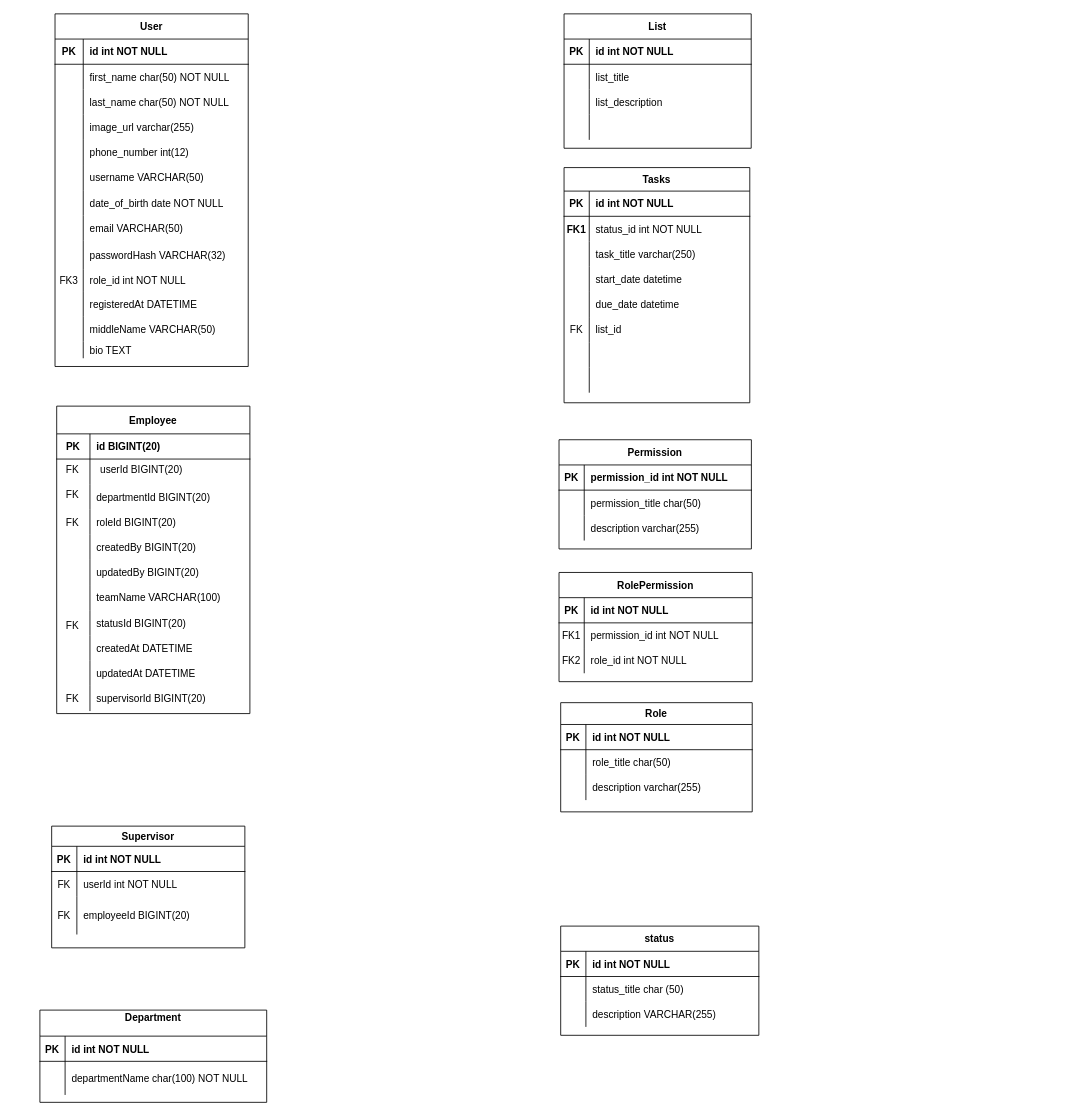
Before: Onboarding-ERD.drawio in opeyemi-jonah/Employee-onboarding-app, a draw.io diagram. Source tidied: cells renumbered, new cells numbered last; positions are measured from the earlier drawing's top-left corner, leaving out a move shared by most shapes. Both pictures are drawn from the tidied source at 84%, with x=0, y=0 at pixel (39, 13).
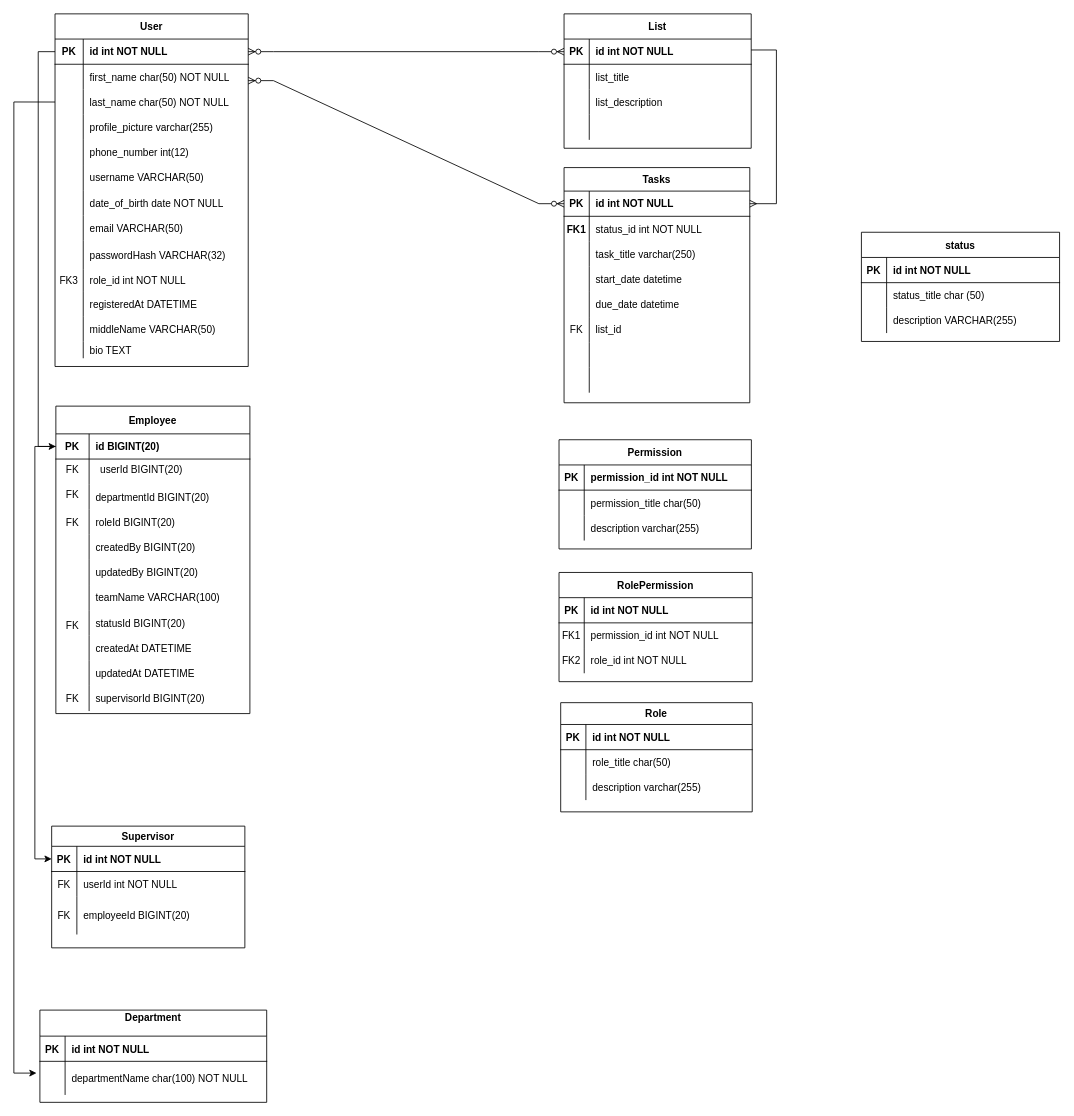
Above is the later version.

The change refers to these unchanged cells:
```xml
<mxCell id="3" style="shape=partialRectangle;fillColor=none;points=[[0,0.5],[1,0.5]];portConstraint=eastwest;top=0;left=0;right=0;bottom=1;" parent="2" vertex="1">
  <mxGeometry y="24" width="230" height="30" as="geometry" />
</mxCell>
<mxCell id="22" value="User" style="shape=table;startSize=30;childLayout=tableLayout;rowLines=0;fontStyle=1;align=center;" parent="1" vertex="1">
  <mxGeometry x="18" width="230" height="419.8" as="geometry" />
</mxCell>
<mxCell id="23" style="shape=partialRectangle;fillColor=none;points=[[0,0.5],[1,0.5]];portConstraint=eastwest;top=0;left=0;right=0;bottom=1;" parent="22" vertex="1">
  <mxGeometry y="30" width="230" height="30" as="geometry" />
</mxCell>
<mxCell id="32" style="shape=partialRectangle;fillColor=none;top=0;left=0;right=0;bottom=0;" parent="22" vertex="1">
  <mxGeometry y="120" width="230" height="30" as="geometry" />
</mxCell>
<mxCell id="63" style="shape=partialRectangle;fillColor=none;points=[[0,0.5],[1,0.5]];portConstraint=eastwest;top=0;left=0;right=0;bottom=1;" parent="62" vertex="1">
  <mxGeometry y="28" width="221.1" height="30" as="geometry" />
</mxCell>
<mxCell id="91" style="shape=partialRectangle;fillColor=none;points=[[0,0.5],[1,0.5]];portConstraint=eastwest;top=0;left=0;right=0;bottom=0;" parent="87" vertex="1">
  <mxGeometry y="61" width="270" height="40" as="geometry" />
</mxCell>
<mxCell id="125" style="shape=partialRectangle;fillColor=none;points=[[0,0.5],[1,0.5]];portConstraint=eastwest;top=0;left=0;right=0;bottom=1;" parent="124" vertex="1">
  <mxGeometry y="30" width="222.8" height="30" as="geometry" />
</mxCell>
```

The edit, as a diff of the source:
```diff
@@
     <mxCell id="12" value="status" style="shape=table;startSize=30;childLayout=tableLayout;rowLines=0;fontStyle=1;align=center;" parent="1" vertex="1">
-      <mxGeometry x="620" y="1086" width="235.9" height="130" as="geometry" />
+      <mxGeometry x="978" y="260" width="235.9" height="130" as="geometry" />
     </mxCell>
@@
+    <mxCell id="179" style="edgeStyle=orthogonalEdgeStyle;rounded=0;jettySize=auto;html=1;exitX=0;exitY=0.25;exitDx=0;exitDy=0;entryX=-0.015;entryY=0.35;entryDx=0;entryDy=0;entryPerimeter=0;" parent="1" edge="1" source="22" target="91">
+      <mxGeometry relative="1" as="geometry">
+        <Array as="points">
+          <mxPoint x="-31" y="105" />
+          <mxPoint x="-31" y="1261" />
+        </Array>
+      </mxGeometry>
+    </mxCell>
@@
-    <mxCell id="34" value="image_url varchar(255)" style="shape=partialRectangle;overflow=hidden;fillColor=none;top=0;left=0;bottom=0;right=0;align=left;spacingLeft=6;" parent="32" vertex="1">
+    <mxCell id="34" value="profile_picture varchar(255)" style="shape=partialRectangle;overflow=hidden;fillColor=none;top=0;left=0;bottom=0;right=0;align=left;spacingLeft=6;" parent="32" vertex="1">
       <mxGeometry x="33.6" width="196.4" height="30" as="geometry" />
     </mxCell>
@@
     <mxCell id="137" value="Employee" style="shape=table;startSize=33;childLayout=tableLayout;rowLines=0;fontStyle=1;align=center;" parent="1" vertex="1">
-      <mxGeometry x="20" y="467" width="230" height="366" as="geometry" />
+      <mxGeometry x="19" y="467" width="231" height="366" as="geometry" />
     </mxCell>
     <mxCell id="138" style="shape=partialRectangle;fillColor=none;points=[[0,0.5],[1,0.5]];portConstraint=eastwest;top=0;left=0;right=0;bottom=1;" parent="137" vertex="1">
-      <mxGeometry y="33" width="230" height="30" as="geometry" />
+      <mxGeometry y="33" width="231" height="30" as="geometry" />
     </mxCell>
@@
     <mxCell id="140" value="id BIGINT(20)" style="shape=partialRectangle;overflow=hidden;fillColor=none;top=0;left=0;bottom=0;right=0;align=left;spacingLeft=6;fontStyle=1;" parent="138" vertex="1">
-      <mxGeometry x="39.6" width="190.4" height="30" as="geometry" />
+      <mxGeometry x="39.6" width="191.4" height="30" as="geometry" />
     </mxCell>
     <mxCell id="141" style="shape=partialRectangle;fillColor=none;top=0;left=0;right=0;bottom=0;" parent="137" vertex="1">
-      <mxGeometry y="63" width="230" height="30" as="geometry" />
+      <mxGeometry y="63" width="231" height="30" as="geometry" />
     </mxCell>
@@
     <mxCell id="143" style="shape=partialRectangle;overflow=hidden;fillColor=none;top=0;left=0;bottom=0;right=0;align=left;spacingLeft=6;" parent="141" vertex="1">
-      <mxGeometry x="39.6" width="190.4" height="30" as="geometry" />
+      <mxGeometry x="39.6" width="191.4" height="30" as="geometry" />
     </mxCell>
     <mxCell id="144" style="shape=partialRectangle;fillColor=none;top=0;left=0;right=0;bottom=0;" parent="137" vertex="1">
-      <mxGeometry y="93" width="230" height="30" as="geometry" />
+      <mxGeometry y="93" width="231" height="30" as="geometry" />
     </mxCell>
@@
     <mxCell id="146" value="departmentId BIGINT(20)" style="shape=partialRectangle;overflow=hidden;fillColor=none;top=0;left=0;bottom=0;right=0;align=left;spacingLeft=6;" parent="144" vertex="1">
-      <mxGeometry x="39.6" width="190.4" height="30" as="geometry" />
+      <mxGeometry x="39.6" width="191.4" height="30" as="geometry" />
     </mxCell>
     <mxCell id="147" style="shape=partialRectangle;fillColor=none;top=0;left=0;right=0;bottom=0;" parent="137" vertex="1">
-      <mxGeometry y="123" width="230" height="30" as="geometry" />
+      <mxGeometry y="123" width="231" height="30" as="geometry" />
     </mxCell>
@@
     <mxCell id="149" value="roleId BIGINT(20)" style="shape=partialRectangle;overflow=hidden;fillColor=none;top=0;left=0;bottom=0;right=0;align=left;spacingLeft=6;" parent="147" vertex="1">
-      <mxGeometry x="39.6" width="190.4" height="30" as="geometry" />
+      <mxGeometry x="39.6" width="191.4" height="30" as="geometry" />
     </mxCell>
     <mxCell id="150" style="shape=partialRectangle;fillColor=none;top=0;left=0;right=0;bottom=0;" parent="137" vertex="1">
-      <mxGeometry y="153" width="230" height="30" as="geometry" />
+      <mxGeometry y="153" width="231" height="30" as="geometry" />
     </mxCell>
@@
     <mxCell id="152" value="createdBy BIGINT(20)" style="shape=partialRectangle;overflow=hidden;fillColor=none;top=0;left=0;bottom=0;right=0;align=left;spacingLeft=6;" parent="150" vertex="1">
-      <mxGeometry x="39.6" width="190.4" height="30" as="geometry" />
+      <mxGeometry x="39.6" width="191.4" height="30" as="geometry" />
     </mxCell>
     <mxCell id="153" style="shape=partialRectangle;fillColor=none;top=0;left=0;right=0;bottom=0;" parent="137" vertex="1">
-      <mxGeometry y="183" width="230" height="30" as="geometry" />
+      <mxGeometry y="183" width="231" height="30" as="geometry" />
     </mxCell>
@@
     <mxCell id="155" value="updatedBy BIGINT(20)" style="shape=partialRectangle;overflow=hidden;fillColor=none;top=0;left=0;bottom=0;right=0;align=left;spacingLeft=6;" parent="153" vertex="1">
-      <mxGeometry x="39.6" width="190.4" height="30" as="geometry" />
+      <mxGeometry x="39.6" width="191.4" height="30" as="geometry" />
     </mxCell>
     <mxCell id="156" style="shape=partialRectangle;fillColor=none;top=0;left=0;right=0;bottom=0;" parent="137" vertex="1">
-      <mxGeometry y="213" width="230" height="30" as="geometry" />
+      <mxGeometry y="213" width="231" height="30" as="geometry" />
     </mxCell>
@@
     <mxCell id="158" value="teamName VARCHAR(100)" style="shape=partialRectangle;overflow=hidden;fillColor=none;top=0;left=0;bottom=0;right=0;align=left;spacingLeft=6;" parent="156" vertex="1">
-      <mxGeometry x="39.6" width="190.4" height="30" as="geometry" />
+      <mxGeometry x="39.6" width="191.4" height="30" as="geometry" />
     </mxCell>
     <mxCell id="159" style="shape=partialRectangle;fillColor=none;top=0;left=0;right=0;bottom=0;" parent="137" vertex="1">
-      <mxGeometry y="243" width="230" height="30" as="geometry" />
+      <mxGeometry y="243" width="231" height="30" as="geometry" />
     </mxCell>
@@
     <mxCell id="161" value="statusId BIGINT(20)" style="shape=partialRectangle;overflow=hidden;fillColor=none;top=0;left=0;bottom=0;right=0;align=left;spacingLeft=6;" parent="159" vertex="1">
-      <mxGeometry x="39.6" width="190.4" height="30" as="geometry" />
+      <mxGeometry x="39.6" width="191.4" height="30" as="geometry" />
     </mxCell>
     <mxCell id="162" style="shape=partialRectangle;fillColor=none;top=0;left=0;right=0;bottom=0;" parent="137" vertex="1">
-      <mxGeometry y="273" width="230" height="30" as="geometry" />
+      <mxGeometry y="273" width="231" height="30" as="geometry" />
     </mxCell>
@@
     <mxCell id="164" value="createdAt DATETIME" style="shape=partialRectangle;overflow=hidden;fillColor=none;top=0;left=0;bottom=0;right=0;align=left;spacingLeft=6;" parent="162" vertex="1">
-      <mxGeometry x="39.6" width="190.4" height="30" as="geometry" />
+      <mxGeometry x="39.6" width="191.4" height="30" as="geometry" />
     </mxCell>
     <mxCell id="165" style="shape=partialRectangle;fillColor=none;top=0;left=0;right=0;bottom=0;" parent="137" vertex="1">
-      <mxGeometry y="303" width="230" height="30" as="geometry" />
+      <mxGeometry y="303" width="231" height="30" as="geometry" />
     </mxCell>
@@
     <mxCell id="167" value="updatedAt DATETIME" style="shape=partialRectangle;overflow=hidden;fillColor=none;top=0;left=0;bottom=0;right=0;align=left;spacingLeft=6;" parent="165" vertex="1">
-      <mxGeometry x="39.6" width="190.4" height="30" as="geometry" />
+      <mxGeometry x="39.6" width="191.4" height="30" as="geometry" />
     </mxCell>
     <mxCell id="168" style="shape=partialRectangle;fillColor=none;top=0;left=0;right=0;bottom=0;" parent="137" vertex="1">
-      <mxGeometry y="333" width="230" height="30" as="geometry" />
+      <mxGeometry y="333" width="231" height="30" as="geometry" />
     </mxCell>
@@
     <mxCell id="170" value="supervisorId BIGINT(20)" style="shape=partialRectangle;overflow=hidden;fillColor=none;top=0;left=0;bottom=0;right=0;align=left;spacingLeft=6;" parent="168" vertex="1">
-      <mxGeometry x="39.6" width="190.4" height="30" as="geometry" />
+      <mxGeometry x="39.6" width="191.4" height="30" as="geometry" />
     </mxCell>
@@
+    <mxCell id="180" style="edgeStyle=orthogonalEdgeStyle;rounded=0;jettySize=auto;html=1;exitX=0;exitY=0.5;exitDx=0;exitDy=0;entryX=0;entryY=0.5;entryDx=0;entryDy=0;" parent="1" edge="1" source="23" target="138">
+      <mxGeometry relative="1" as="geometry" />
+    </mxCell>
+    <mxCell id="181" style="edgeStyle=orthogonalEdgeStyle;rounded=0;jettySize=auto;html=1;exitX=0;exitY=0.5;exitDx=0;exitDy=0;entryX=0;entryY=0.5;entryDx=0;entryDy=0;" parent="1" edge="1" source="138" target="3">
+      <mxGeometry relative="1" as="geometry" />
+    </mxCell>
+    <mxCell id="182" style="edgeStyle=entityRelationEdgeStyle;fontSize=12;html=1;endArrow=ERzeroToMany;endFill=1;startArrow=ERzeroToMany;rounded=0;exitX=1;exitY=0.5;exitDx=0;exitDy=0;entryX=0;entryY=0.5;entryDx=0;entryDy=0;" parent="1" edge="1" source="23" target="125">
+      <mxGeometry relative="1" as="geometry" />
+    </mxCell>
+    <mxCell id="183" style="edgeStyle=entityRelationEdgeStyle;fontSize=12;html=1;endArrow=ERzeroToMany;endFill=1;startArrow=ERzeroToMany;rounded=0;exitX=1;exitY=0.5;exitDx=0;exitDy=0;" parent="1" edge="1" target="63">
+      <mxGeometry relative="1" as="geometry">
+        <mxPoint x="248" y="79.5" as="sourcePoint" />
+      </mxGeometry>
+    </mxCell>
+    <mxCell id="184" style="edgeStyle=entityRelationEdgeStyle;fontSize=12;html=1;endArrow=ERmany;rounded=0;entryX=1;entryY=0.5;entryDx=0;entryDy=0;" parent="1" edge="1" target="63">
+      <mxGeometry relative="1" as="geometry">
+        <mxPoint x="846.8" y="43" as="sourcePoint" />
+      </mxGeometry>
+    </mxCell>
```
